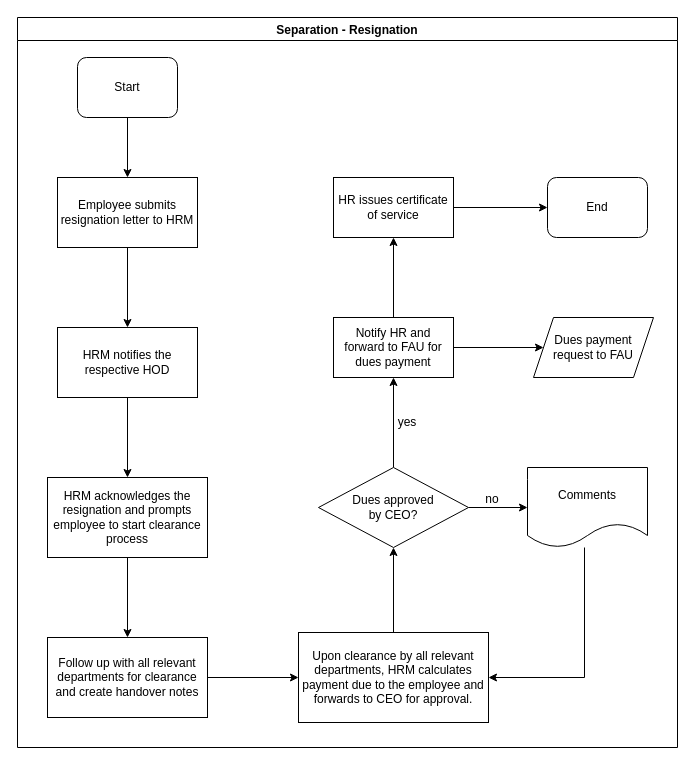
This is TPF-HR-Separation – Retirement or Expiration of contract.drawio from kmagua/flowcharts, a draw.io file, before an edit. Source tidied: cells renumbered, new cells numbered last; positions are measured from the earlier drawing's top-left corner, leaving out a move shared by most shapes. Both pictures are drawn from the tidied source at 100%, with x=0, y=0 at pixel (17, 17).
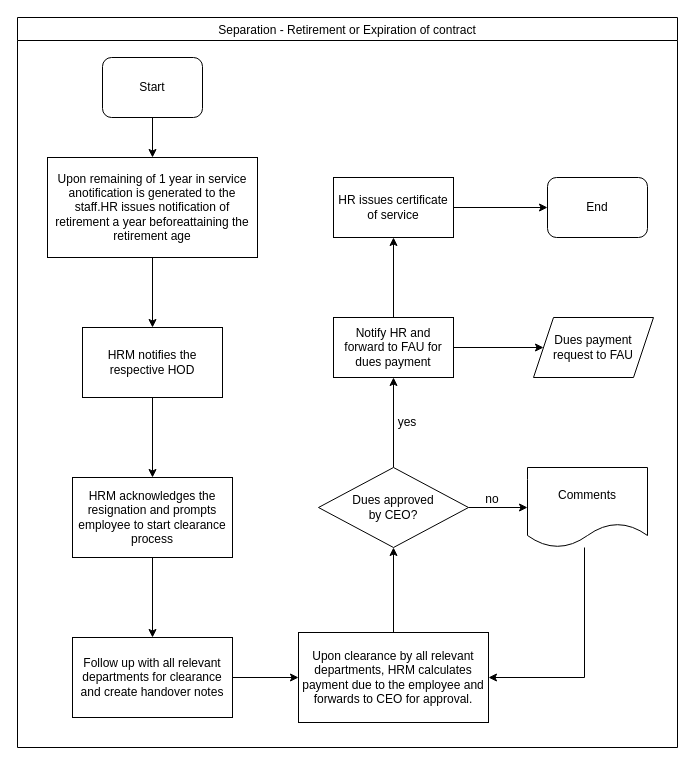
Above is the later version.

Change to the diagram source:
```diff
@@
-    <mxCell id="2" value="Separation - Resignation" style="swimlane;" parent="1" vertex="1">
+    <mxCell id="2" value="Separation - Retirement or Expiration of contract" style="swimlane;fontStyle=0;" parent="1" vertex="1">
       <mxGeometry width="660" height="730" as="geometry" />
     </mxCell>
     <mxCell id="3" value="Start" style="rounded=1;whiteSpace=wrap;html=1;" parent="2" vertex="1">
-      <mxGeometry x="60" y="40" width="100" height="60" as="geometry" />
+      <mxGeometry x="85" y="40" width="100" height="60" as="geometry" />
     </mxCell>
@@
-    <mxCell id="5" value="&lt;span lang=&quot;EN-GB&quot;&gt;Employee submits resignation letter to HRM &lt;/span&gt;" style="rounded=0;whiteSpace=wrap;html=1;" parent="2" vertex="1">
-      <mxGeometry x="40" y="160" width="140" height="70" as="geometry" />
+    <mxCell id="5" value="&lt;span lang=&quot;EN-GB&quot;&gt;Upon remaining of 1 year in service anotification is generated to the staff.&lt;span&gt;HR issues notification of retirement a year beforeattaining the retirement age&lt;/span&gt;&lt;/span&gt;" style="rounded=0;whiteSpace=wrap;html=1;" parent="2" vertex="1">
+      <mxGeometry x="30" y="140" width="210" height="100" as="geometry" />
     </mxCell>
@@
     <mxCell id="8" value="&lt;span lang=&quot;EN-GB&quot;&gt;HRM notifies the respective HOD&lt;/span&gt;" style="rounded=0;whiteSpace=wrap;html=1;" parent="2" vertex="1">
-      <mxGeometry x="40" y="310" width="140" height="70" as="geometry" />
+      <mxGeometry x="65" y="310" width="140" height="70" as="geometry" />
     </mxCell>
@@
     <mxCell id="10" value="&lt;span lang=&quot;EN-GB&quot;&gt;HRM acknowledges the resignation and prompts employee to start clearance process&lt;br&gt;&lt;/span&gt;" style="rounded=0;whiteSpace=wrap;html=1;" parent="2" vertex="1">
-      <mxGeometry x="30" y="460" width="160" height="80" as="geometry" />
+      <mxGeometry x="55" y="460" width="160" height="80" as="geometry" />
     </mxCell>
@@
     <mxCell id="12" value="&lt;span lang=&quot;EN-GB&quot;&gt;Follow up with all relevant departments for clearance and create handover notes&lt;/span&gt;" style="rounded=0;whiteSpace=wrap;html=1;" parent="2" vertex="1">
-      <mxGeometry x="30" y="620" width="160" height="80" as="geometry" />
+      <mxGeometry x="55" y="620" width="160" height="80" as="geometry" />
     </mxCell>
```
